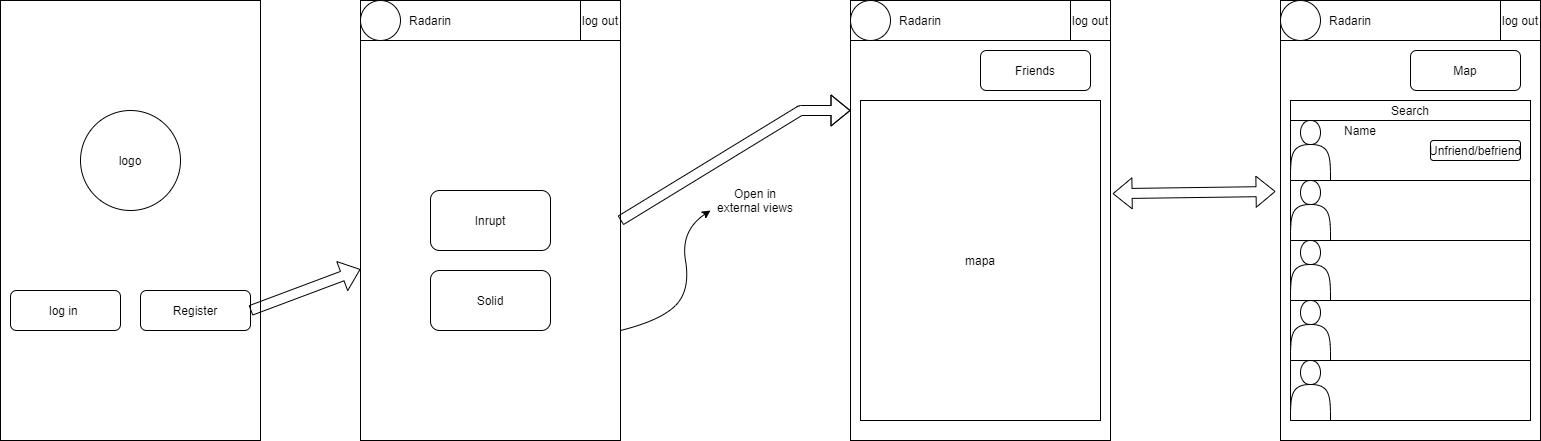
Earlier version of the draw.io export webapp/docs/images/mobile mockup editable.png (Arquisoft/radarin_en3a). Source tidied: cells renumbered, new cells last; positions are measured from the earlier drawing's top-left corner, leaving out a move shared by most shapes. Its diagram source:
```xml
<mxGraphModel>
  <root>
    <mxCell id="0" />
    <mxCell id="1" parent="0" />
    <mxCell id="2" style="rounded=0;whiteSpace=wrap;html=1;" parent="1" vertex="1">
      <mxGeometry width="260" height="440" as="geometry" />
    </mxCell>
    <mxCell id="3" value="logo" style="ellipse;whiteSpace=wrap;html=1;" parent="1" vertex="1">
      <mxGeometry x="80" y="110" width="100" height="100" as="geometry" />
    </mxCell>
    <mxCell id="4" value="log in&amp;nbsp;" style="rounded=1;whiteSpace=wrap;html=1;" parent="1" vertex="1">
      <mxGeometry x="10" y="290" width="110" height="40" as="geometry" />
    </mxCell>
    <mxCell id="5" style="rounded=0;whiteSpace=wrap;html=1;" parent="1" vertex="1">
      <mxGeometry x="360" width="260" height="440" as="geometry" />
    </mxCell>
    <mxCell id="6" style="rounded=0;whiteSpace=wrap;html=1;" parent="1" vertex="1">
      <mxGeometry x="360" width="260" height="40" as="geometry" />
    </mxCell>
    <mxCell id="7" value="log out" style="rounded=0;whiteSpace=wrap;html=1;" parent="1" vertex="1">
      <mxGeometry x="580" width="40" height="40" as="geometry" />
    </mxCell>
    <mxCell id="8" style="ellipse;whiteSpace=wrap;html=1;" parent="1" vertex="1">
      <mxGeometry x="360" width="40" height="40" as="geometry" />
    </mxCell>
    <mxCell id="9" value="Radarin" style="text;html=1;strokeColor=none;fillColor=none;align=center;verticalAlign=middle;whiteSpace=wrap;rounded=0;" parent="1" vertex="1">
      <mxGeometry x="410" y="10" width="40" height="20" as="geometry" />
    </mxCell>
    <mxCell id="10" value="Register" style="rounded=1;whiteSpace=wrap;html=1;" parent="1" vertex="1">
      <mxGeometry x="140" y="290" width="110" height="40" as="geometry" />
    </mxCell>
    <mxCell id="11" value="Inrupt" style="rounded=1;whiteSpace=wrap;html=1;" parent="1" vertex="1">
      <mxGeometry x="430" y="190" width="120" height="60" as="geometry" />
    </mxCell>
    <mxCell id="12" value="Solid" style="rounded=1;whiteSpace=wrap;html=1;" parent="1" vertex="1">
      <mxGeometry x="430" y="270" width="120" height="60" as="geometry" />
    </mxCell>
    <mxCell id="13" style="shape=flexArrow;endArrow=classic;html=1;exitX=1;exitY=0.5;exitDx=0;exitDy=0;" parent="1" edge="1" source="10" target="5">
      <mxGeometry relative="1" as="geometry" />
    </mxCell>
    <mxCell id="14" value="Open in external views" style="text;html=1;strokeColor=none;fillColor=none;align=center;verticalAlign=middle;whiteSpace=wrap;rounded=0;" parent="1" vertex="1">
      <mxGeometry x="710" y="190" width="90" height="20" as="geometry" />
    </mxCell>
    <mxCell id="15" style="curved=1;endArrow=classic;html=1;entryX=0;entryY=1;entryDx=0;entryDy=0;exitX=1;exitY=0.75;exitDx=0;exitDy=0;" parent="1" edge="1" source="5" target="14">
      <mxGeometry relative="1" as="geometry">
        <Array as="points">
          <mxPoint x="660" y="320" />
          <mxPoint x="690" y="290" />
          <mxPoint x="680" y="230" />
        </Array>
      </mxGeometry>
    </mxCell>
    <mxCell id="16" style="rounded=0;whiteSpace=wrap;html=1;" parent="1" vertex="1">
      <mxGeometry x="850" width="260" height="440" as="geometry" />
    </mxCell>
    <mxCell id="17" style="rounded=0;whiteSpace=wrap;html=1;" parent="1" vertex="1">
      <mxGeometry x="850" width="260" height="40" as="geometry" />
    </mxCell>
    <mxCell id="18" value="log out" style="rounded=0;whiteSpace=wrap;html=1;" parent="1" vertex="1">
      <mxGeometry x="1070" width="40" height="40" as="geometry" />
    </mxCell>
    <mxCell id="19" style="ellipse;whiteSpace=wrap;html=1;" parent="1" vertex="1">
      <mxGeometry x="850" width="40" height="40" as="geometry" />
    </mxCell>
    <mxCell id="20" value="Radarin" style="text;html=1;strokeColor=none;fillColor=none;align=center;verticalAlign=middle;whiteSpace=wrap;rounded=0;" parent="1" vertex="1">
      <mxGeometry x="900" y="10" width="40" height="20" as="geometry" />
    </mxCell>
    <mxCell id="21" style="shape=flexArrow;endArrow=classic;html=1;entryX=0;entryY=0.25;entryDx=0;entryDy=0;exitX=1;exitY=0.5;exitDx=0;exitDy=0;" parent="1" edge="1" source="5" target="16">
      <mxGeometry relative="1" as="geometry">
        <Array as="points">
          <mxPoint x="800" y="110" />
        </Array>
      </mxGeometry>
    </mxCell>
    <mxCell id="22" value="mapa" style="rounded=0;whiteSpace=wrap;html=1;" parent="1" vertex="1">
      <mxGeometry x="860" y="100" width="240" height="320" as="geometry" />
    </mxCell>
    <mxCell id="23" value="Friends" style="rounded=1;whiteSpace=wrap;html=1;" parent="1" vertex="1">
      <mxGeometry x="980" y="50" width="110" height="40" as="geometry" />
    </mxCell>
    <mxCell id="24" style="rounded=0;whiteSpace=wrap;html=1;" parent="1" vertex="1">
      <mxGeometry x="1280" width="260" height="440" as="geometry" />
    </mxCell>
    <mxCell id="25" style="rounded=0;whiteSpace=wrap;html=1;" parent="1" vertex="1">
      <mxGeometry x="1280" width="260" height="40" as="geometry" />
    </mxCell>
    <mxCell id="26" value="log out" style="rounded=0;whiteSpace=wrap;html=1;" parent="1" vertex="1">
      <mxGeometry x="1500" width="40" height="40" as="geometry" />
    </mxCell>
    <mxCell id="27" style="ellipse;whiteSpace=wrap;html=1;" parent="1" vertex="1">
      <mxGeometry x="1280" width="40" height="40" as="geometry" />
    </mxCell>
    <mxCell id="28" value="Radarin" style="text;html=1;strokeColor=none;fillColor=none;align=center;verticalAlign=middle;whiteSpace=wrap;rounded=0;" parent="1" vertex="1">
      <mxGeometry x="1330" y="10" width="40" height="20" as="geometry" />
    </mxCell>
    <mxCell id="29" style="rounded=0;whiteSpace=wrap;html=1;" parent="1" vertex="1">
      <mxGeometry x="1290" y="100" width="240" height="320" as="geometry" />
    </mxCell>
    <mxCell id="30" value="Map" style="rounded=1;whiteSpace=wrap;html=1;" parent="1" vertex="1">
      <mxGeometry x="1410" y="50" width="110" height="40" as="geometry" />
    </mxCell>
    <mxCell id="31" style="rounded=0;whiteSpace=wrap;html=1;" parent="1" vertex="1">
      <mxGeometry x="1290" y="120" width="240" height="60" as="geometry" />
    </mxCell>
    <mxCell id="32" value="Search" style="rounded=0;whiteSpace=wrap;html=1;" parent="1" vertex="1">
      <mxGeometry x="1290" y="100" width="240" height="20" as="geometry" />
    </mxCell>
    <mxCell id="33" style="rounded=0;whiteSpace=wrap;html=1;" parent="1" vertex="1">
      <mxGeometry x="1290" y="300" width="240" height="60" as="geometry" />
    </mxCell>
    <mxCell id="34" style="rounded=0;whiteSpace=wrap;html=1;" parent="1" vertex="1">
      <mxGeometry x="1290" y="240" width="240" height="60" as="geometry" />
    </mxCell>
    <mxCell id="35" style="rounded=0;whiteSpace=wrap;html=1;" parent="1" vertex="1">
      <mxGeometry x="1290" y="180" width="240" height="60" as="geometry" />
    </mxCell>
    <mxCell id="36" style="rounded=0;whiteSpace=wrap;html=1;" parent="1" vertex="1">
      <mxGeometry x="1290" y="360" width="240" height="60" as="geometry" />
    </mxCell>
    <mxCell id="37" style="shape=actor;whiteSpace=wrap;html=1;" parent="1" vertex="1">
      <mxGeometry x="1290" y="120" width="40" height="60" as="geometry" />
    </mxCell>
    <mxCell id="38" style="shape=actor;whiteSpace=wrap;html=1;" parent="1" vertex="1">
      <mxGeometry x="1290" y="180" width="40" height="60" as="geometry" />
    </mxCell>
    <mxCell id="39" style="shape=actor;whiteSpace=wrap;html=1;" parent="1" vertex="1">
      <mxGeometry x="1290" y="240" width="40" height="60" as="geometry" />
    </mxCell>
    <mxCell id="40" style="shape=actor;whiteSpace=wrap;html=1;" parent="1" vertex="1">
      <mxGeometry x="1290" y="300" width="40" height="60" as="geometry" />
    </mxCell>
    <mxCell id="41" style="shape=actor;whiteSpace=wrap;html=1;" parent="1" vertex="1">
      <mxGeometry x="1290" y="360" width="40" height="60" as="geometry" />
    </mxCell>
    <mxCell id="42" value="Name" style="text;html=1;strokeColor=none;fillColor=none;align=center;verticalAlign=middle;whiteSpace=wrap;rounded=0;" parent="1" vertex="1">
      <mxGeometry x="1340" y="120" width="40" height="20" as="geometry" />
    </mxCell>
    <mxCell id="43" value="Unfriend/befriend" style="rounded=1;whiteSpace=wrap;html=1;" parent="1" vertex="1">
      <mxGeometry x="1430" y="140" width="90" height="20" as="geometry" />
    </mxCell>
    <mxCell id="44" style="shape=flexArrow;endArrow=classic;startArrow=classic;html=1;entryX=-0.019;entryY=0.434;entryDx=0;entryDy=0;entryPerimeter=0;exitX=1.008;exitY=0.439;exitDx=0;exitDy=0;exitPerimeter=0;" parent="1" edge="1" source="16" target="24">
      <mxGeometry relative="1" as="geometry" />
    </mxCell>
  </root>
</mxGraphModel>
```
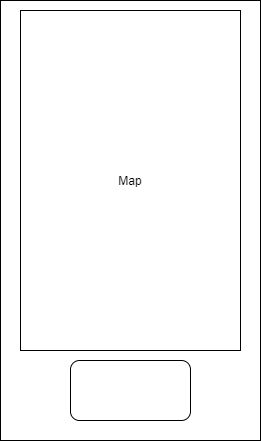
After the commit.

Commit message:
updated mobile mockup to accorded spec

The edit, as a diff of the source:
```diff
@@ -5,141 +5,11 @@
     <mxCell id="2" style="rounded=0;whiteSpace=wrap;html=1;" parent="1" vertex="1">
       <mxGeometry width="260" height="440" as="geometry" />
     </mxCell>
-    <mxCell id="3" value="logo" style="ellipse;whiteSpace=wrap;html=1;" parent="1" vertex="1">
-      <mxGeometry x="80" y="110" width="100" height="100" as="geometry" />
-    </mxCell>
-    <mxCell id="4" value="log in&amp;nbsp;" style="rounded=1;whiteSpace=wrap;html=1;" parent="1" vertex="1">
-      <mxGeometry x="10" y="290" width="110" height="40" as="geometry" />
-    </mxCell>
-    <mxCell id="5" style="rounded=0;whiteSpace=wrap;html=1;" parent="1" vertex="1">
-      <mxGeometry x="360" width="260" height="440" as="geometry" />
-    </mxCell>
-    <mxCell id="6" style="rounded=0;whiteSpace=wrap;html=1;" parent="1" vertex="1">
-      <mxGeometry x="360" width="260" height="40" as="geometry" />
-    </mxCell>
-    <mxCell id="7" value="log out" style="rounded=0;whiteSpace=wrap;html=1;" parent="1" vertex="1">
-      <mxGeometry x="580" width="40" height="40" as="geometry" />
-    </mxCell>
-    <mxCell id="8" style="ellipse;whiteSpace=wrap;html=1;" parent="1" vertex="1">
-      <mxGeometry x="360" width="40" height="40" as="geometry" />
-    </mxCell>
-    <mxCell id="9" value="Radarin" style="text;html=1;strokeColor=none;fillColor=none;align=center;verticalAlign=middle;whiteSpace=wrap;rounded=0;" parent="1" vertex="1">
-      <mxGeometry x="410" y="10" width="40" height="20" as="geometry" />
-    </mxCell>
-    <mxCell id="10" value="Register" style="rounded=1;whiteSpace=wrap;html=1;" parent="1" vertex="1">
-      <mxGeometry x="140" y="290" width="110" height="40" as="geometry" />
-    </mxCell>
-    <mxCell id="11" value="Inrupt" style="rounded=1;whiteSpace=wrap;html=1;" parent="1" vertex="1">
-      <mxGeometry x="430" y="190" width="120" height="60" as="geometry" />
-    </mxCell>
-    <mxCell id="12" value="Solid" style="rounded=1;whiteSpace=wrap;html=1;" parent="1" vertex="1">
-      <mxGeometry x="430" y="270" width="120" height="60" as="geometry" />
-    </mxCell>
-    <mxCell id="13" style="shape=flexArrow;endArrow=classic;html=1;exitX=1;exitY=0.5;exitDx=0;exitDy=0;" parent="1" edge="1" source="10" target="5">
-      <mxGeometry relative="1" as="geometry" />
-    </mxCell>
-    <mxCell id="14" value="Open in external views" style="text;html=1;strokeColor=none;fillColor=none;align=center;verticalAlign=middle;whiteSpace=wrap;rounded=0;" parent="1" vertex="1">
-      <mxGeometry x="710" y="190" width="90" height="20" as="geometry" />
-    </mxCell>
-    <mxCell id="15" style="curved=1;endArrow=classic;html=1;entryX=0;entryY=1;entryDx=0;entryDy=0;exitX=1;exitY=0.75;exitDx=0;exitDy=0;" parent="1" edge="1" source="5" target="14">
-      <mxGeometry relative="1" as="geometry">
-        <Array as="points">
-          <mxPoint x="660" y="320" />
-          <mxPoint x="690" y="290" />
-          <mxPoint x="680" y="230" />
-        </Array>
-      </mxGeometry>
-    </mxCell>
-    <mxCell id="16" style="rounded=0;whiteSpace=wrap;html=1;" parent="1" vertex="1">
-      <mxGeometry x="850" width="260" height="440" as="geometry" />
-    </mxCell>
-    <mxCell id="17" style="rounded=0;whiteSpace=wrap;html=1;" parent="1" vertex="1">
-      <mxGeometry x="850" width="260" height="40" as="geometry" />
-    </mxCell>
-    <mxCell id="18" value="log out" style="rounded=0;whiteSpace=wrap;html=1;" parent="1" vertex="1">
-      <mxGeometry x="1070" width="40" height="40" as="geometry" />
-    </mxCell>
-    <mxCell id="19" style="ellipse;whiteSpace=wrap;html=1;" parent="1" vertex="1">
-      <mxGeometry x="850" width="40" height="40" as="geometry" />
-    </mxCell>
-    <mxCell id="20" value="Radarin" style="text;html=1;strokeColor=none;fillColor=none;align=center;verticalAlign=middle;whiteSpace=wrap;rounded=0;" parent="1" vertex="1">
-      <mxGeometry x="900" y="10" width="40" height="20" as="geometry" />
-    </mxCell>
-    <mxCell id="21" style="shape=flexArrow;endArrow=classic;html=1;entryX=0;entryY=0.25;entryDx=0;entryDy=0;exitX=1;exitY=0.5;exitDx=0;exitDy=0;" parent="1" edge="1" source="5" target="16">
-      <mxGeometry relative="1" as="geometry">
-        <Array as="points">
-          <mxPoint x="800" y="110" />
-        </Array>
-      </mxGeometry>
-    </mxCell>
-    <mxCell id="22" value="mapa" style="rounded=0;whiteSpace=wrap;html=1;" parent="1" vertex="1">
-      <mxGeometry x="860" y="100" width="240" height="320" as="geometry" />
-    </mxCell>
-    <mxCell id="23" value="Friends" style="rounded=1;whiteSpace=wrap;html=1;" parent="1" vertex="1">
-      <mxGeometry x="980" y="50" width="110" height="40" as="geometry" />
-    </mxCell>
-    <mxCell id="24" style="rounded=0;whiteSpace=wrap;html=1;" parent="1" vertex="1">
-      <mxGeometry x="1280" width="260" height="440" as="geometry" />
-    </mxCell>
-    <mxCell id="25" style="rounded=0;whiteSpace=wrap;html=1;" parent="1" vertex="1">
-      <mxGeometry x="1280" width="260" height="40" as="geometry" />
-    </mxCell>
-    <mxCell id="26" value="log out" style="rounded=0;whiteSpace=wrap;html=1;" parent="1" vertex="1">
-      <mxGeometry x="1500" width="40" height="40" as="geometry" />
-    </mxCell>
-    <mxCell id="27" style="ellipse;whiteSpace=wrap;html=1;" parent="1" vertex="1">
-      <mxGeometry x="1280" width="40" height="40" as="geometry" />
-    </mxCell>
-    <mxCell id="28" value="Radarin" style="text;html=1;strokeColor=none;fillColor=none;align=center;verticalAlign=middle;whiteSpace=wrap;rounded=0;" parent="1" vertex="1">
-      <mxGeometry x="1330" y="10" width="40" height="20" as="geometry" />
-    </mxCell>
-    <mxCell id="29" style="rounded=0;whiteSpace=wrap;html=1;" parent="1" vertex="1">
-      <mxGeometry x="1290" y="100" width="240" height="320" as="geometry" />
-    </mxCell>
-    <mxCell id="30" value="Map" style="rounded=1;whiteSpace=wrap;html=1;" parent="1" vertex="1">
-      <mxGeometry x="1410" y="50" width="110" height="40" as="geometry" />
+    <mxCell id="30" value="Map" style="rounded=0;whiteSpace=wrap;html=1;" parent="1" vertex="1">
+      <mxGeometry x="20" y="10" width="220" height="340" as="geometry" />
     </mxCell>
-    <mxCell id="31" style="rounded=0;whiteSpace=wrap;html=1;" parent="1" vertex="1">
-      <mxGeometry x="1290" y="120" width="240" height="60" as="geometry" />
-    </mxCell>
-    <mxCell id="32" value="Search" style="rounded=0;whiteSpace=wrap;html=1;" parent="1" vertex="1">
-      <mxGeometry x="1290" y="100" width="240" height="20" as="geometry" />
-    </mxCell>
-    <mxCell id="33" style="rounded=0;whiteSpace=wrap;html=1;" parent="1" vertex="1">
-      <mxGeometry x="1290" y="300" width="240" height="60" as="geometry" />
-    </mxCell>
-    <mxCell id="34" style="rounded=0;whiteSpace=wrap;html=1;" parent="1" vertex="1">
-      <mxGeometry x="1290" y="240" width="240" height="60" as="geometry" />
-    </mxCell>
-    <mxCell id="35" style="rounded=0;whiteSpace=wrap;html=1;" parent="1" vertex="1">
-      <mxGeometry x="1290" y="180" width="240" height="60" as="geometry" />
-    </mxCell>
-    <mxCell id="36" style="rounded=0;whiteSpace=wrap;html=1;" parent="1" vertex="1">
-      <mxGeometry x="1290" y="360" width="240" height="60" as="geometry" />
-    </mxCell>
-    <mxCell id="37" style="shape=actor;whiteSpace=wrap;html=1;" parent="1" vertex="1">
-      <mxGeometry x="1290" y="120" width="40" height="60" as="geometry" />
-    </mxCell>
-    <mxCell id="38" style="shape=actor;whiteSpace=wrap;html=1;" parent="1" vertex="1">
-      <mxGeometry x="1290" y="180" width="40" height="60" as="geometry" />
-    </mxCell>
-    <mxCell id="39" style="shape=actor;whiteSpace=wrap;html=1;" parent="1" vertex="1">
-      <mxGeometry x="1290" y="240" width="40" height="60" as="geometry" />
-    </mxCell>
-    <mxCell id="40" style="shape=actor;whiteSpace=wrap;html=1;" parent="1" vertex="1">
-      <mxGeometry x="1290" y="300" width="40" height="60" as="geometry" />
-    </mxCell>
-    <mxCell id="41" style="shape=actor;whiteSpace=wrap;html=1;" parent="1" vertex="1">
-      <mxGeometry x="1290" y="360" width="40" height="60" as="geometry" />
-    </mxCell>
-    <mxCell id="42" value="Name" style="text;html=1;strokeColor=none;fillColor=none;align=center;verticalAlign=middle;whiteSpace=wrap;rounded=0;" parent="1" vertex="1">
-      <mxGeometry x="1340" y="120" width="40" height="20" as="geometry" />
-    </mxCell>
-    <mxCell id="43" value="Unfriend/befriend" style="rounded=1;whiteSpace=wrap;html=1;" parent="1" vertex="1">
-      <mxGeometry x="1430" y="140" width="90" height="20" as="geometry" />
-    </mxCell>
-    <mxCell id="44" style="shape=flexArrow;endArrow=classic;startArrow=classic;html=1;entryX=-0.019;entryY=0.434;entryDx=0;entryDy=0;entryPerimeter=0;exitX=1.008;exitY=0.439;exitDx=0;exitDy=0;exitPerimeter=0;" parent="1" edge="1" source="16" target="24">
-      <mxGeometry relative="1" as="geometry" />
-    </mxCell>
+    <mxCell id="45" style="rounded=1;whiteSpace=wrap;html=1;" parent="1" vertex="1">
+      <mxGeometry x="70" y="360" width="120" height="60" as="geometry" />
+    </mxCell>
   </root>
 </mxGraphModel>
```
